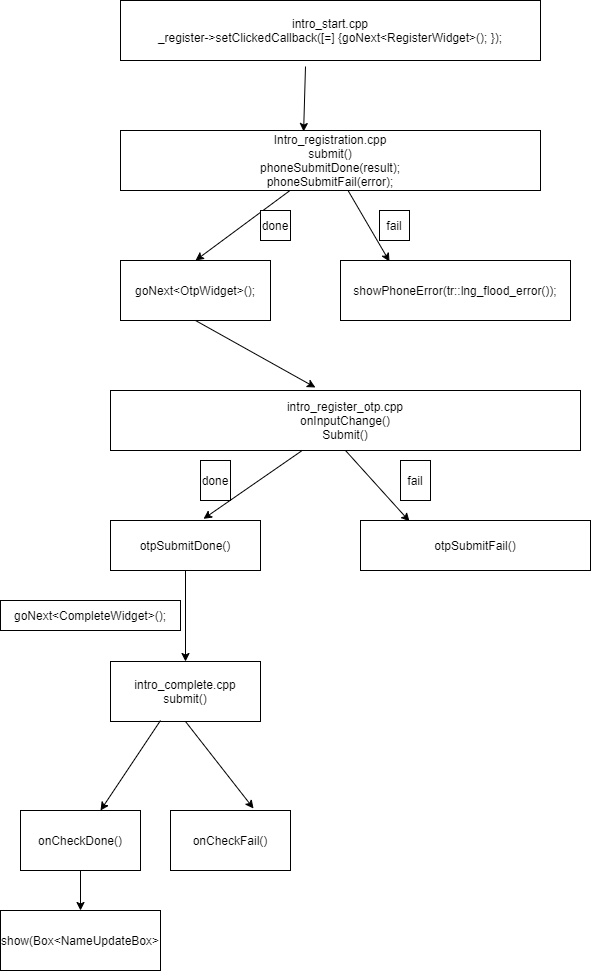
Vinhhung124/Test keeps this draw.io diagram as LoginVietId.png. Above is the earlier version. Source tidied: cells renumbered, new cells last; positions are measured from the earlier drawing's top-left corner, leaving out a move shared by most shapes. The source it was exported from:
```xml
<mxGraphModel>
  <root>
    <mxCell id="0" />
    <mxCell id="1" parent="0" />
    <mxCell id="2" value="intro_start.cpp&lt;br&gt;_register-&amp;gt;setClickedCallback([=] {goNext&amp;lt;RegisterWidget&amp;gt;(); });" style="rounded=0;whiteSpace=wrap;html=1;" parent="1" vertex="1">
      <mxGeometry x="120" width="420" height="60" as="geometry" />
    </mxCell>
    <mxCell id="3" value="Intro_registration.cpp&lt;br&gt;submit()&lt;br&gt;phoneSubmitDone(result);&lt;br&gt;phoneSubmitFail(error);" style="rounded=0;whiteSpace=wrap;html=1;" parent="1" vertex="1">
      <mxGeometry x="120" y="130" width="420" height="60" as="geometry" />
    </mxCell>
    <mxCell id="4" value="goNext&amp;lt;OtpWidget&amp;gt;();" style="rounded=0;whiteSpace=wrap;html=1;" parent="1" vertex="1">
      <mxGeometry x="120" y="260" width="150" height="60" as="geometry" />
    </mxCell>
    <mxCell id="5" value="showPhoneError(tr::lng_flood_error());" style="rounded=0;whiteSpace=wrap;html=1;" parent="1" vertex="1">
      <mxGeometry x="340" y="260" width="230" height="60" as="geometry" />
    </mxCell>
    <mxCell id="6" style="endArrow=classic;html=1;entryX=0.5;entryY=0;entryDx=0;entryDy=0;" parent="1" edge="1" source="3" target="4">
      <mxGeometry relative="1" as="geometry" />
    </mxCell>
    <mxCell id="7" value="done" style="rounded=0;whiteSpace=wrap;html=1;" parent="1" vertex="1">
      <mxGeometry x="260" y="210" width="30" height="30" as="geometry" />
    </mxCell>
    <mxCell id="8" style="endArrow=classic;html=1;entryX=0.213;entryY=0.017;entryDx=0;entryDy=0;entryPerimeter=0;" parent="1" edge="1" source="3" target="5">
      <mxGeometry relative="1" as="geometry" />
    </mxCell>
    <mxCell id="9" value="fail" style="rounded=0;whiteSpace=wrap;html=1;" parent="1" vertex="1">
      <mxGeometry x="379" y="210" width="30" height="30" as="geometry" />
    </mxCell>
    <mxCell id="10" value="intro_register_otp.cpp&lt;br&gt;onInputChange()&lt;br&gt;Submit()&lt;br&gt;" style="rounded=0;whiteSpace=wrap;html=1;" parent="1" vertex="1">
      <mxGeometry x="110" y="390" width="470" height="60" as="geometry" />
    </mxCell>
    <mxCell id="11" value="otpSubmitDone()" style="rounded=0;whiteSpace=wrap;html=1;" parent="1" vertex="1">
      <mxGeometry x="110" y="520" width="150" height="50" as="geometry" />
    </mxCell>
    <mxCell id="12" value="otpSubmitFail()" style="rounded=0;whiteSpace=wrap;html=1;" parent="1" vertex="1">
      <mxGeometry x="360" y="520" width="230" height="50" as="geometry" />
    </mxCell>
    <mxCell id="13" style="endArrow=classic;html=1;entryX=0.62;entryY=-0.033;entryDx=0;entryDy=0;entryPerimeter=0;" parent="1" edge="1" source="10" target="11">
      <mxGeometry relative="1" as="geometry" />
    </mxCell>
    <mxCell id="14" value="done" style="rounded=0;whiteSpace=wrap;html=1;" parent="1" vertex="1">
      <mxGeometry x="200" y="460" width="30" height="40" as="geometry" />
    </mxCell>
    <mxCell id="15" style="endArrow=classic;html=1;entryX=0.213;entryY=0.017;entryDx=0;entryDy=0;entryPerimeter=0;" parent="1" edge="1" target="12">
      <mxGeometry relative="1" as="geometry">
        <mxPoint x="345" y="450" as="sourcePoint" />
      </mxGeometry>
    </mxCell>
    <mxCell id="16" value="fail" style="rounded=0;whiteSpace=wrap;html=1;" parent="1" vertex="1">
      <mxGeometry x="400" y="460" width="30" height="40" as="geometry" />
    </mxCell>
    <mxCell id="17" style="endArrow=classic;html=1;entryX=0.436;entryY=0.017;entryDx=0;entryDy=0;entryPerimeter=0;" parent="1" edge="1" target="3">
      <mxGeometry relative="1" as="geometry">
        <mxPoint x="305" y="66" as="sourcePoint" />
      </mxGeometry>
    </mxCell>
    <mxCell id="18" style="endArrow=classic;html=1;exitX=0.5;exitY=1;exitDx=0;exitDy=0;entryX=0.436;entryY=-0.05;entryDx=0;entryDy=0;entryPerimeter=0;" parent="1" edge="1" source="4" target="10">
      <mxGeometry relative="1" as="geometry" />
    </mxCell>
    <mxCell id="19" style="endArrow=classic;html=1;exitX=0.5;exitY=1;exitDx=0;exitDy=0;" parent="1" edge="1" source="11" target="20">
      <mxGeometry relative="1" as="geometry" />
    </mxCell>
    <mxCell id="20" value="intro_complete.cpp&lt;br&gt;submit()" style="rounded=0;whiteSpace=wrap;html=1;" parent="1" vertex="1">
      <mxGeometry x="110" y="661" width="150" height="60" as="geometry" />
    </mxCell>
    <mxCell id="21" value="goNext&amp;lt;CompleteWidget&amp;gt;();" style="rounded=0;whiteSpace=wrap;html=1;" parent="1" vertex="1">
      <mxGeometry y="600" width="180" height="30" as="geometry" />
    </mxCell>
    <mxCell id="22" style="endArrow=classic;html=1;" parent="1" edge="1" target="23">
      <mxGeometry relative="1" as="geometry">
        <mxPoint x="160" y="720" as="sourcePoint" />
      </mxGeometry>
    </mxCell>
    <mxCell id="23" value="onCheckDone()" style="rounded=0;whiteSpace=wrap;html=1;" parent="1" vertex="1">
      <mxGeometry x="20" y="810" width="120" height="60" as="geometry" />
    </mxCell>
    <mxCell id="24" value="onCheckFail()" style="rounded=0;whiteSpace=wrap;html=1;" parent="1" vertex="1">
      <mxGeometry x="170" y="810" width="120" height="60" as="geometry" />
    </mxCell>
    <mxCell id="25" style="endArrow=classic;html=1;exitX=0.5;exitY=1;exitDx=0;exitDy=0;entryX=0.692;entryY=-0.033;entryDx=0;entryDy=0;entryPerimeter=0;" parent="1" edge="1" source="20" target="24">
      <mxGeometry relative="1" as="geometry" />
    </mxCell>
    <mxCell id="26" style="endArrow=classic;html=1;exitX=0.5;exitY=1;exitDx=0;exitDy=0;" parent="1" edge="1" source="23" target="27">
      <mxGeometry relative="1" as="geometry" />
    </mxCell>
    <mxCell id="27" value="show(Box&amp;lt;NameUpdateBox&amp;gt;" style="rounded=0;whiteSpace=wrap;html=1;" parent="1" vertex="1">
      <mxGeometry y="910" width="160" height="60" as="geometry" />
    </mxCell>
  </root>
</mxGraphModel>
```
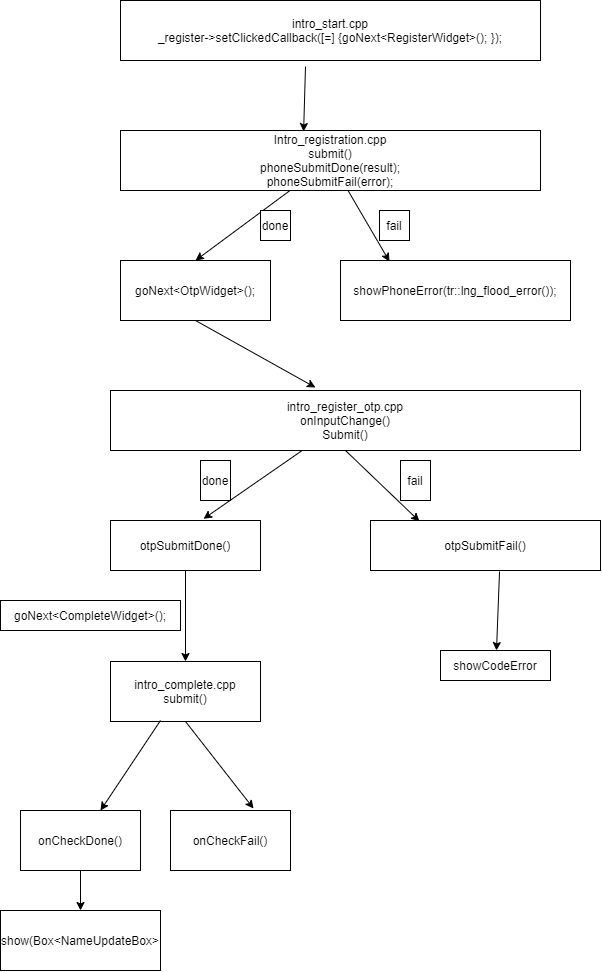
Above is the later version.

Change to the diagram source:
```diff
@@ -33,7 +33,7 @@
       <mxGeometry x="110" y="520" width="150" height="50" as="geometry" />
     </mxCell>
     <mxCell id="12" value="otpSubmitFail()" style="rounded=0;whiteSpace=wrap;html=1;" parent="1" vertex="1">
-      <mxGeometry x="360" y="520" width="230" height="50" as="geometry" />
+      <mxGeometry x="370" y="520" width="230" height="50" as="geometry" />
     </mxCell>
     <mxCell id="13" style="endArrow=classic;html=1;entryX=0.62;entryY=-0.033;entryDx=0;entryDy=0;entryPerimeter=0;" parent="1" edge="1" source="10" target="11">
       <mxGeometry relative="1" as="geometry" />
@@ -86,5 +86,11 @@
     <mxCell id="27" value="show(Box&amp;lt;NameUpdateBox&amp;gt;" style="rounded=0;whiteSpace=wrap;html=1;" parent="1" vertex="1">
       <mxGeometry y="910" width="160" height="60" as="geometry" />
     </mxCell>
+    <mxCell id="28" style="endArrow=classic;html=1;exitX=0.561;exitY=1.02;exitDx=0;exitDy=0;exitPerimeter=0;entryX=0.509;entryY=0;entryDx=0;entryDy=0;entryPerimeter=0;" parent="1" edge="1" source="12" target="29">
+      <mxGeometry relative="1" as="geometry" />
+    </mxCell>
+    <mxCell id="29" value="&lt;div&gt;&lt;span&gt;&#9;&#9;&lt;/span&gt;showCodeError&lt;/div&gt;" style="rounded=0;whiteSpace=wrap;html=1;" parent="1" vertex="1">
+      <mxGeometry x="440" y="650" width="110" height="30" as="geometry" />
+    </mxCell>
   </root>
 </mxGraphModel>
```
